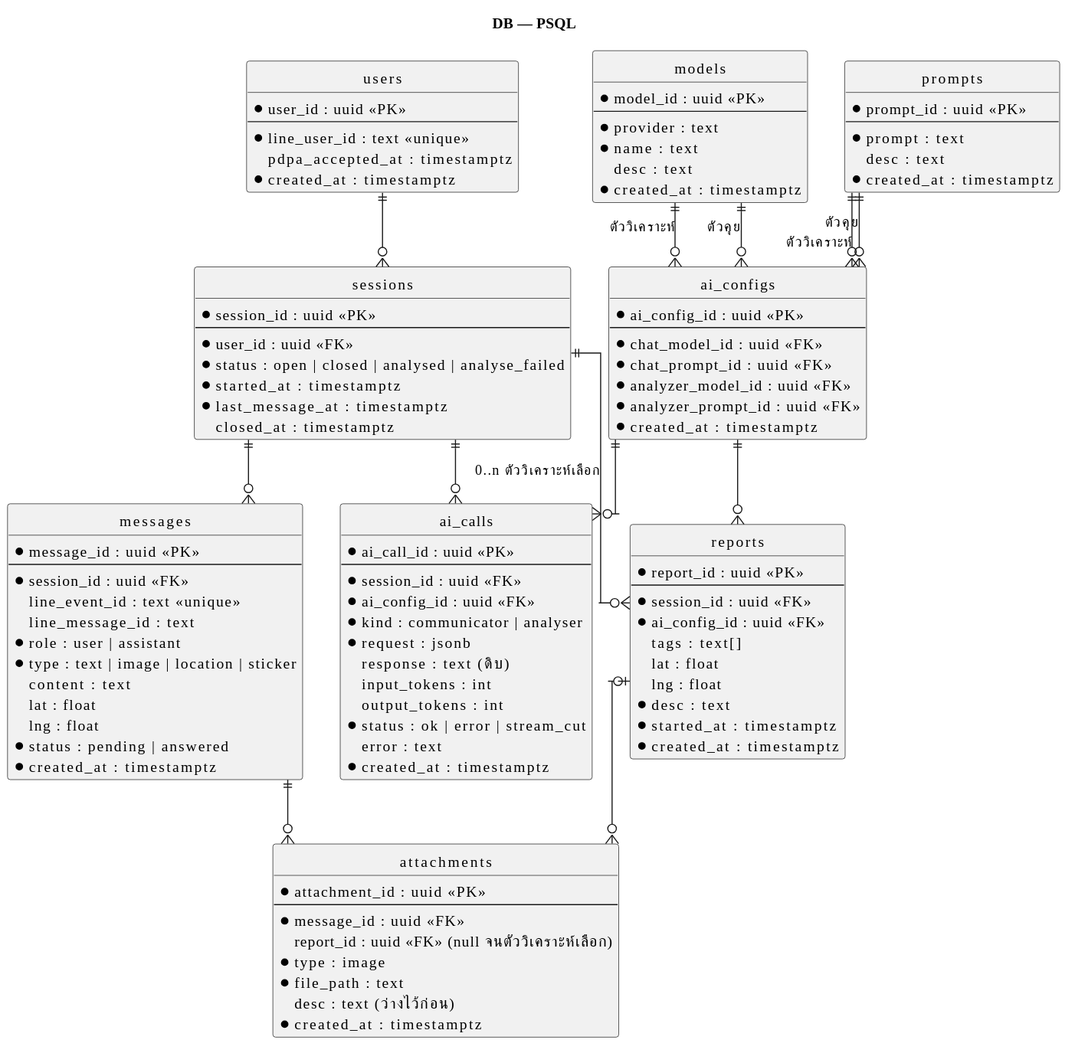
This is docs/designs/07-dbdiagram/db.svg from tonkitcstu/ucr-smartcity_chatbot, a PlantUML export, as it was before one commit.
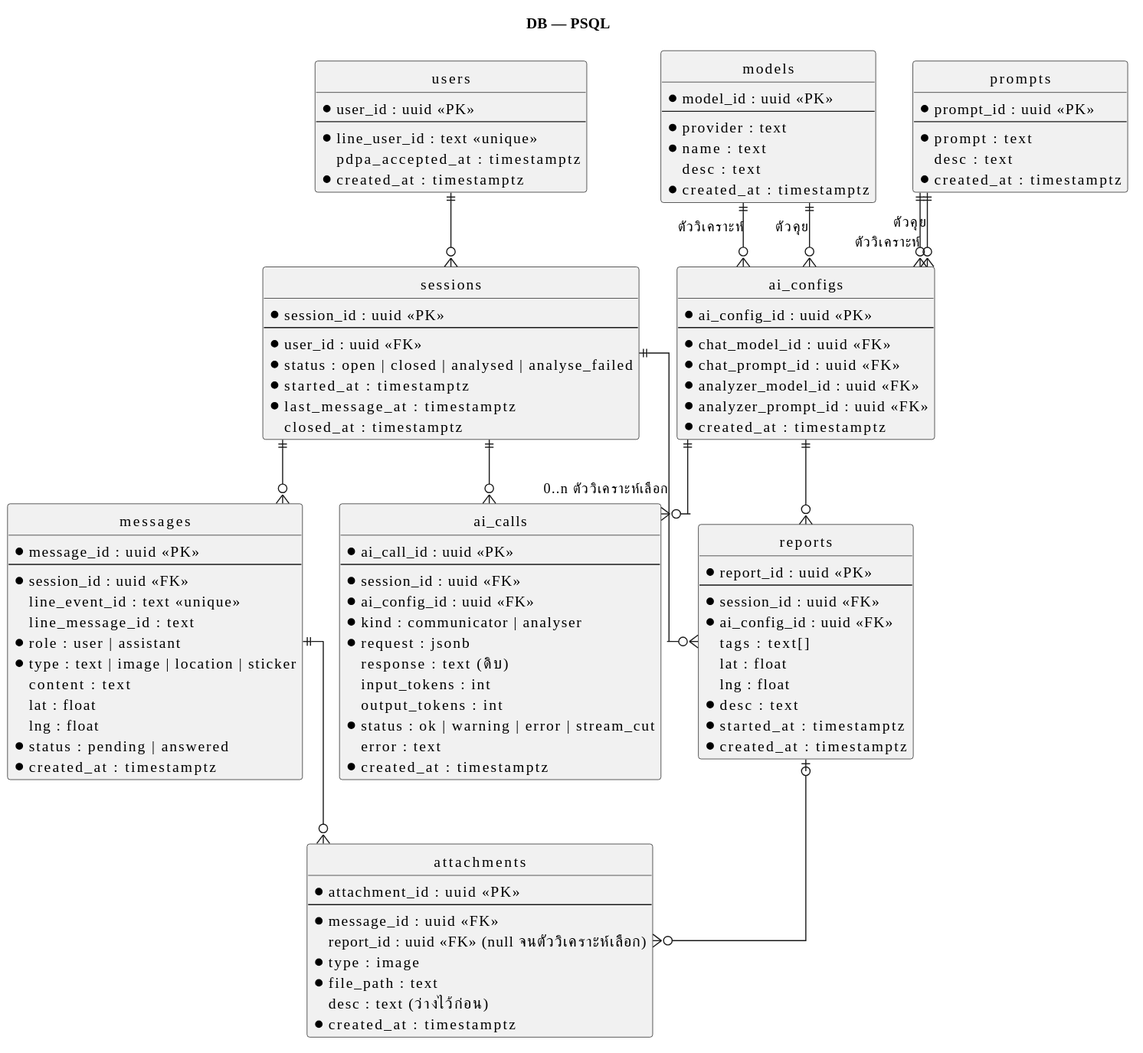
The same file after the commit.

Commit message:
docs(designs): H10 ตัวคุยเลือกปุ่มใต้ข้อความ — AI ตอบเป็นข้อความ + ปุ่ม · คำบนปุ่มเกิน 20 ตัดเหลือ 20 · ai_calls.status มี warning (#225)

Change to the diagram source:
```diff
@@ -74,7 +74,7 @@
   response : text (ดิบ)
   input_tokens : int
   output_tokens : int
-  * status : ok | error | stream_cut
+  * status : ok | warning | error | stream_cut
   error : text
   * created_at : timestamptz
 }
```
